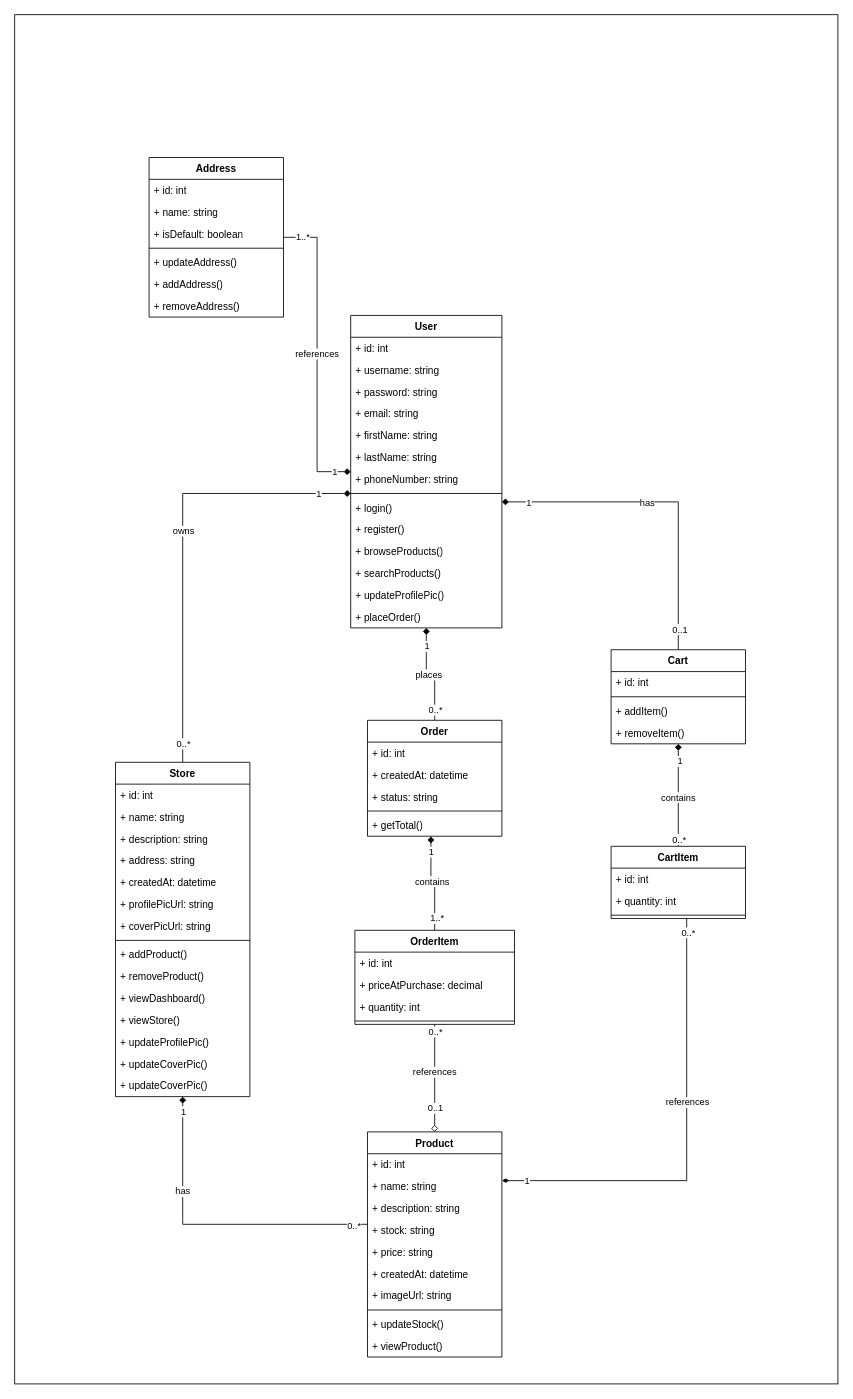
Above: page "Class Diagram" (2 of 2) of E-Commerce API Use-case diagram.drawio in RHILIUS/drawio (draw.io), before the change. Source tidied: cells renumbered, new cells numbered last; positions are measured from the earlier drawing's top-left corner, leaving out a move shared by most shapes. Both pictures are drawn from the tidied source at 84%, with x=0, y=0 at pixel (14, 14).
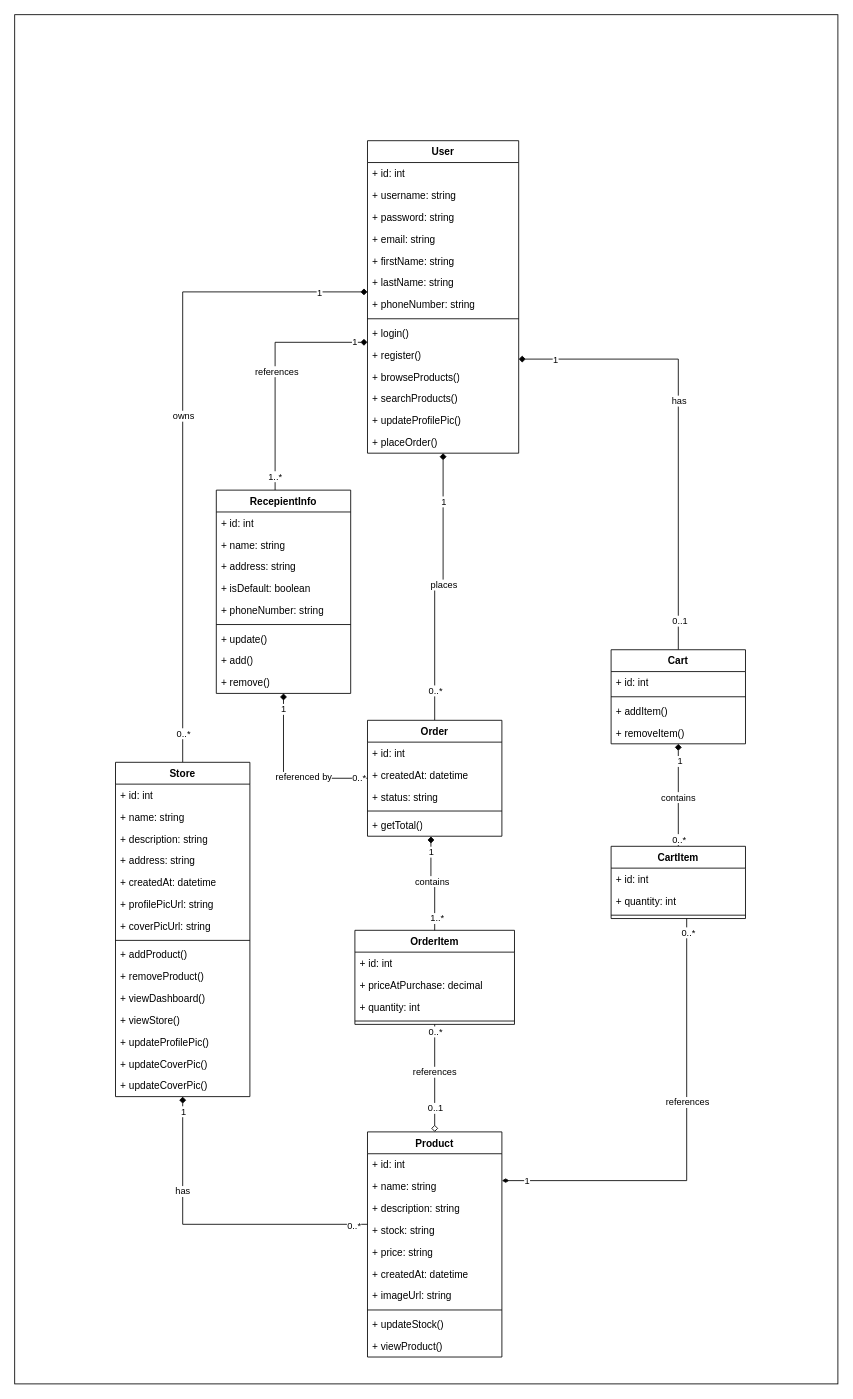
Above is the later version.

The change refers to these unchanged cells:
```xml
<mxCell id="22" value="Cart" style="swimlane;fontStyle=1;align=center;verticalAlign=top;horizontal=1;startSize=26;whiteSpace=wrap;html=1;" parent="1" vertex="1">
  <mxGeometry x="710" y="756" width="160" height="112" as="geometry" />
</mxCell>
<mxCell id="54" value="Order" style="swimlane;fontStyle=1;align=center;verticalAlign=top;horizontal=1;startSize=26;whiteSpace=wrap;html=1;" parent="1" vertex="1">
  <mxGeometry x="420" y="840" width="160" height="138" as="geometry" />
</mxCell>
<mxCell id="81" value="Store" style="swimlane;fontStyle=1;align=center;verticalAlign=top;horizontal=1;startSize=26;whiteSpace=wrap;html=1;" parent="1" vertex="1">
  <mxGeometry x="120" y="890" width="160" height="398" as="geometry" />
</mxCell>
```

Diff of the diagram source:
```diff
@@
     <mxCell id="3" value="User" style="swimlane;fontStyle=1;align=center;verticalAlign=top;horizontal=1;startSize=26;whiteSpace=wrap;html=1;" parent="1" vertex="1">
-      <mxGeometry x="400" y="358" width="180" height="372" as="geometry" />
+      <mxGeometry x="420" y="150" width="180" height="372" as="geometry" />
     </mxCell>
@@
-    <mxCell id="18" style="edgeStyle=orthogonalEdgeStyle;rounded=0;jettySize=auto;html=1;endArrow=diamond;endFill=1;" parent="1" edge="1" source="22" target="3">
+    <mxCell id="18" style="edgeStyle=orthogonalEdgeStyle;rounded=0;jettySize=auto;html=1;endArrow=diamond;endFill=1;" parent="1" edge="1" source="22">
       <mxGeometry relative="1" as="geometry">
+        <mxPoint x="600" y="410" as="targetPoint" />
         <Array as="points">
-          <mxPoint x="790" y="580" />
+          <mxPoint x="790" y="410" />
         </Array>
       </mxGeometry>
     </mxCell>
@@
+    <mxCell id="109" style="edgeStyle=orthogonalEdgeStyle;rounded=0;jettySize=auto;html=1;endArrow=diamond;endFill=1;" parent="1" edge="1" source="54" target="101">
+      <mxGeometry relative="1" as="geometry" />
+    </mxCell>
+    <mxCell id="110" value="referenced by" style="edgeLabel;html=1;align=center;verticalAlign=middle;" parent="109" vertex="1">
+      <mxGeometry x="-0.23" y="-2" relative="1" as="geometry" />
+    </mxCell>
+    <mxCell id="111" value="1" style="edgeLabel;html=1;align=center;verticalAlign=middle;" parent="109" vertex="1">
+      <mxGeometry x="0.82" y="1" relative="1" as="geometry" />
+    </mxCell>
+    <mxCell id="112" value="0..*" style="edgeLabel;html=1;align=center;verticalAlign=middle;" parent="109" vertex="1">
+      <mxGeometry x="-0.89" y="-1" relative="1" as="geometry" />
+    </mxCell>
@@
     <mxCell id="73" style="edgeStyle=orthogonalEdgeStyle;rounded=0;jettySize=auto;html=1;endArrow=diamond;endFill=1;" parent="1" edge="1" source="81" target="3">
       <mxGeometry relative="1" as="geometry">
         <Array as="points">
-          <mxPoint x="200" y="570" />
+          <mxPoint x="200" y="330" />
         </Array>
       </mxGeometry>
     </mxCell>
@@
     <mxCell id="97" style="edgeStyle=orthogonalEdgeStyle;rounded=0;jettySize=auto;html=1;endArrow=diamond;endFill=1;" parent="1" edge="1" source="101" target="3">
-      <mxGeometry relative="1" as="geometry" />
+      <mxGeometry relative="1" as="geometry">
+        <Array as="points">
+          <mxPoint x="310" y="390" />
+        </Array>
+      </mxGeometry>
     </mxCell>
@@
-    <mxCell id="101" value="Address" style="swimlane;fontStyle=1;align=center;verticalAlign=top;horizontal=1;startSize=26;whiteSpace=wrap;html=1;" parent="1" vertex="1">
-      <mxGeometry x="160" y="170" width="160" height="190" as="geometry" />
+    <mxCell id="101" value="RecepientInfo" style="swimlane;fontStyle=1;align=center;verticalAlign=top;horizontal=1;startSize=26;whiteSpace=wrap;html=1;" parent="1" vertex="1">
+      <mxGeometry x="240" y="566" width="160" height="242" as="geometry" />
     </mxCell>
@@
+    <mxCell id="113" value="+ name: string" style="text;strokeColor=none;fillColor=none;align=left;verticalAlign=top;spacingLeft=4;spacingRight=4;overflow=hidden;whiteSpace=wrap;html=1;" parent="101" vertex="1">
+      <mxGeometry y="52" width="160" height="26" as="geometry" />
+    </mxCell>
-    <mxCell id="103" value="+ name: string" style="text;strokeColor=none;fillColor=none;align=left;verticalAlign=top;spacingLeft=4;spacingRight=4;overflow=hidden;whiteSpace=wrap;html=1;" parent="101" vertex="1">
-      <mxGeometry y="52" width="160" height="26" as="geometry" />
+    <mxCell id="103" value="+ address: string" style="text;strokeColor=none;fillColor=none;align=left;verticalAlign=top;spacingLeft=4;spacingRight=4;overflow=hidden;whiteSpace=wrap;html=1;" parent="101" vertex="1">
+      <mxGeometry y="78" width="160" height="26" as="geometry" />
     </mxCell>
     <mxCell id="104" value="+ isDefault: boolean" style="text;strokeColor=none;fillColor=none;align=left;verticalAlign=top;spacingLeft=4;spacingRight=4;overflow=hidden;whiteSpace=wrap;html=1;" parent="101" vertex="1">
-      <mxGeometry y="78" width="160" height="26" as="geometry" />
+      <mxGeometry y="104" width="160" height="26" as="geometry" />
     </mxCell>
+    <mxCell id="114" value="+ phoneNumber: string" style="text;strokeColor=none;fillColor=none;align=left;verticalAlign=top;spacingLeft=4;spacingRight=4;overflow=hidden;whiteSpace=wrap;html=1;" parent="101" vertex="1">
+      <mxGeometry y="130" width="160" height="26" as="geometry" />
+    </mxCell>
     <mxCell id="105" style="line;strokeWidth=1;fillColor=none;align=left;verticalAlign=middle;spacingTop=-1;spacingLeft=3;spacingRight=3;labelPosition=right;strokeColor=inherit;" parent="101" vertex="1">
-      <mxGeometry y="104" width="160" height="8" as="geometry" />
+      <mxGeometry y="156" width="160" height="8" as="geometry" />
     </mxCell>
-    <mxCell id="106" value="+ updateAddress()" style="text;strokeColor=none;fillColor=none;align=left;verticalAlign=top;spacingLeft=4;spacingRight=4;overflow=hidden;whiteSpace=wrap;html=1;" parent="101" vertex="1">
-      <mxGeometry y="112" width="160" height="26" as="geometry" />
+    <mxCell id="106" value="+ update()" style="text;strokeColor=none;fillColor=none;align=left;verticalAlign=top;spacingLeft=4;spacingRight=4;overflow=hidden;whiteSpace=wrap;html=1;" parent="101" vertex="1">
+      <mxGeometry y="164" width="160" height="26" as="geometry" />
     </mxCell>
-    <mxCell id="107" value="+ addAddress()" style="text;strokeColor=none;fillColor=none;align=left;verticalAlign=top;spacingLeft=4;spacingRight=4;overflow=hidden;whiteSpace=wrap;html=1;" parent="101" vertex="1">
-      <mxGeometry y="138" width="160" height="26" as="geometry" />
+    <mxCell id="107" value="+ add()" style="text;strokeColor=none;fillColor=none;align=left;verticalAlign=top;spacingLeft=4;spacingRight=4;overflow=hidden;whiteSpace=wrap;html=1;" parent="101" vertex="1">
+      <mxGeometry y="190" width="160" height="26" as="geometry" />
     </mxCell>
-    <mxCell id="108" value="+ removeAddress()" style="text;strokeColor=none;fillColor=none;align=left;verticalAlign=top;spacingLeft=4;spacingRight=4;overflow=hidden;whiteSpace=wrap;html=1;" parent="101" vertex="1">
-      <mxGeometry y="164" width="160" height="26" as="geometry" />
+    <mxCell id="108" value="+ remove()" style="text;strokeColor=none;fillColor=none;align=left;verticalAlign=top;spacingLeft=4;spacingRight=4;overflow=hidden;whiteSpace=wrap;html=1;" parent="101" vertex="1">
+      <mxGeometry y="216" width="160" height="26" as="geometry" />
     </mxCell>
```
